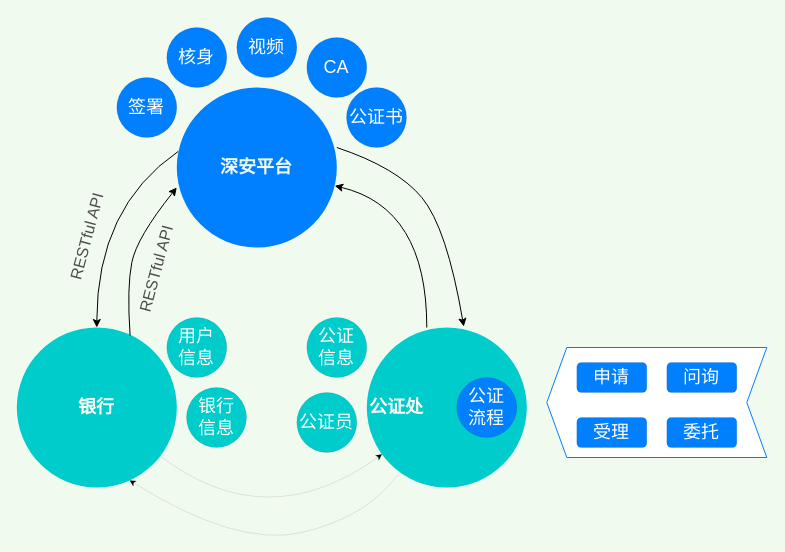
wuyongfeng/wuyongfeng keeps this draw.io diagram as page "梳理赋强" (1 of 2) of 赋强创新思路.drawio. Above is the earlier version. Source tidied: cells renumbered, new cells numbered last; positions are measured from the earlier drawing's top-left corner, leaving out a move shared by most shapes. Both pictures are drawn from the tidied source at 100%, with x=0, y=0 at pixel (6, 17).
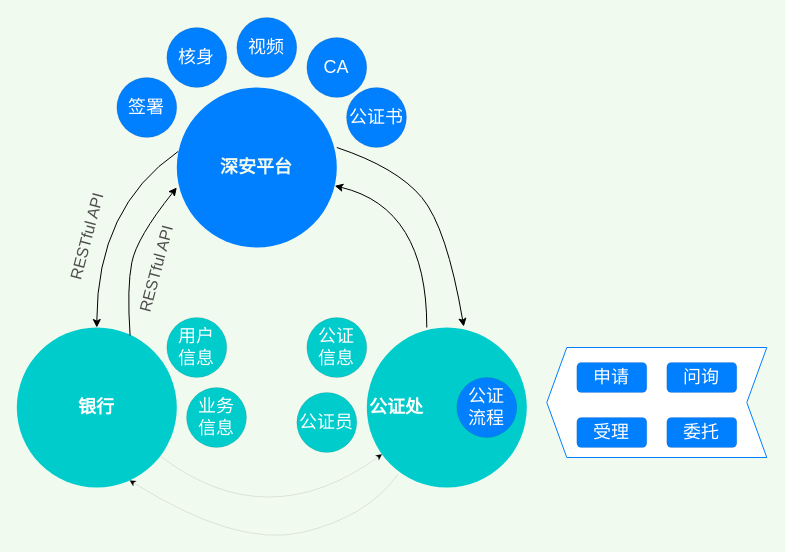
The same diagram, later.

Diff of the diagram source:
```diff
@@
-    <mxCell id="27" value="银行&lt;br&gt;信息" style="ellipse;whiteSpace=wrap;html=1;shadow=0;sketch=0;fontSize=18;fontColor=#FFFFFF;strokeColor=default;strokeWidth=0;fillColor=#00CCCC;gradientColor=none;" parent="1" vertex="1">
+    <mxCell id="27" value="业务&lt;br&gt;信息" style="ellipse;whiteSpace=wrap;html=1;shadow=0;sketch=0;fontSize=18;fontColor=#FFFFFF;strokeColor=default;strokeWidth=0;fillColor=#00CCCC;gradientColor=none;" parent="1" vertex="1">
       <mxGeometry x="180" y="370" width="60" height="60" as="geometry" />
     </mxCell>
```
